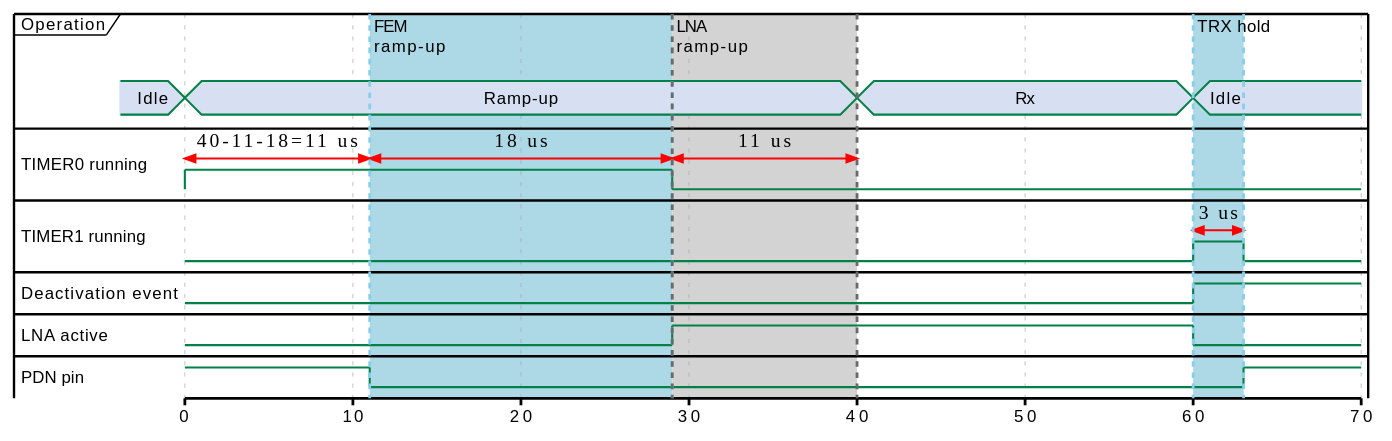
This is mpsl/doc/pic/FEM_timing_nRF21540.svg from nrfconnect/sdk-nrfxlib, a PlantUML export, as it was before one commit. The source it was exported from:
```plantuml
@startuml
concise "Operation" as op
binary "TIMER0 running" as tm0
binary "TIMER1 running" as tm1
binary "Deactivation event" as ev
binary "LNA active" as lna
binary "PDN pin" as pdn

scale 10 as 120 pixels

tm0 is low
tm1 is low
lna is low
op is "Idle"
ev is low
pdn is high

@0
op is "Ramp-up"
tm0 is high

@11
pdn is low

@29
tm0 is low
lna is high

tm0@0 <-> @11: 40-11-18=11 us
tm0@11 <-> @29: 18 us
tm0@29 <-> @40: 11 us
highlight 11  to 29 #LightBlue;line:SkyBlue : FEM\nramp-up
highlight 29 to 40 #LightGrey;line:DimGrey : LNA\nramp-up

@40
op is Rx

@60
op is "Idle"
lna is low
ev is high
tm1 is high

@63
pdn is high
tm1 is low
tm1@60 <-> @63: 3 us
highlight 60  to 63 #LightBlue;line:SkyBlue : TRX hold
@enduml
```
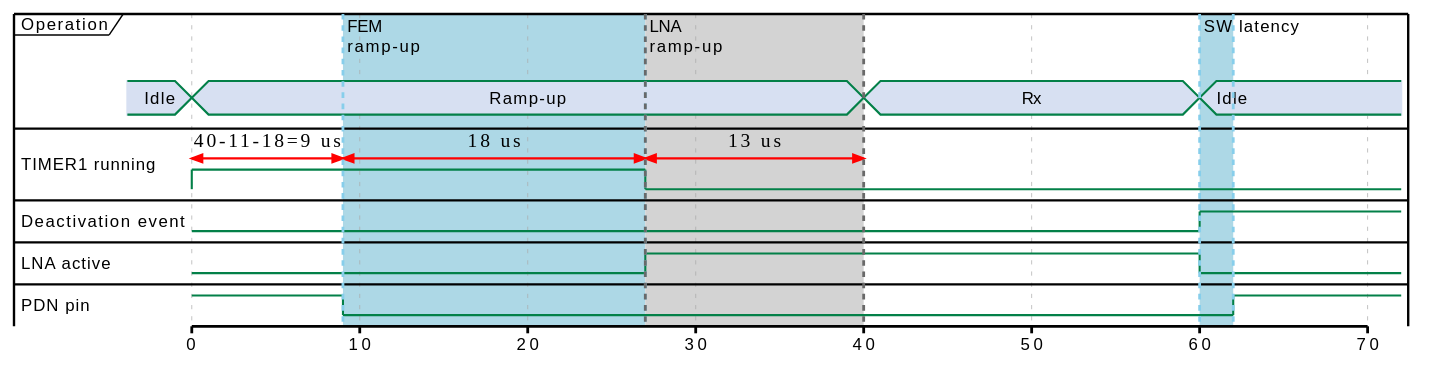
The same file after the commit.

The edit, as a diff of the source:
```diff
@@ -1,6 +1,5 @@
 @startuml
 concise "Operation" as op
-binary "TIMER0 running" as tm0
 binary "TIMER1 running" as tm1
 binary "Deactivation event" as ev
 binary "LNA active" as lna
@@ -8,7 +7,6 @@
 
 scale 10 as 120 pixels
 
-tm0 is low
 tm1 is low
 lna is low
 op is "Idle"
@@ -17,20 +15,20 @@
 
 @0
 op is "Ramp-up"
-tm0 is high
+tm1 is high
 
-@11
+@9
 pdn is low
 
-@29
-tm0 is low
+@27
+tm1 is low
 lna is high
 
-tm0@0 <-> @11: 40-11-18=11 us
-tm0@11 <-> @29: 18 us
-tm0@29 <-> @40: 11 us
-highlight 11  to 29 #LightBlue;line:SkyBlue : FEM\nramp-up
-highlight 29 to 40 #LightGrey;line:DimGrey : LNA\nramp-up
+tm1@0 <-> @9: 40-11-18=9 us
+tm1@9 <-> @27: 18 us
+tm1@27 <-> @40: 13 us
+highlight 9  to 27 #LightBlue;line:SkyBlue : FEM\nramp-up
+highlight 27 to 40 #LightGrey;line:DimGrey : LNA\nramp-up
 
 @40
 op is Rx
@@ -39,11 +37,10 @@
 op is "Idle"
 lna is low
 ev is high
-tm1 is high
 
-@63
+@62
 pdn is high
-tm1 is low
-tm1@60 <-> @63: 3 us
-highlight 60  to 63 #LightBlue;line:SkyBlue : TRX hold
+
+highlight 60 to 62 #LightBlue;line:SkyBlue : SW latency
+
 @enduml
```
